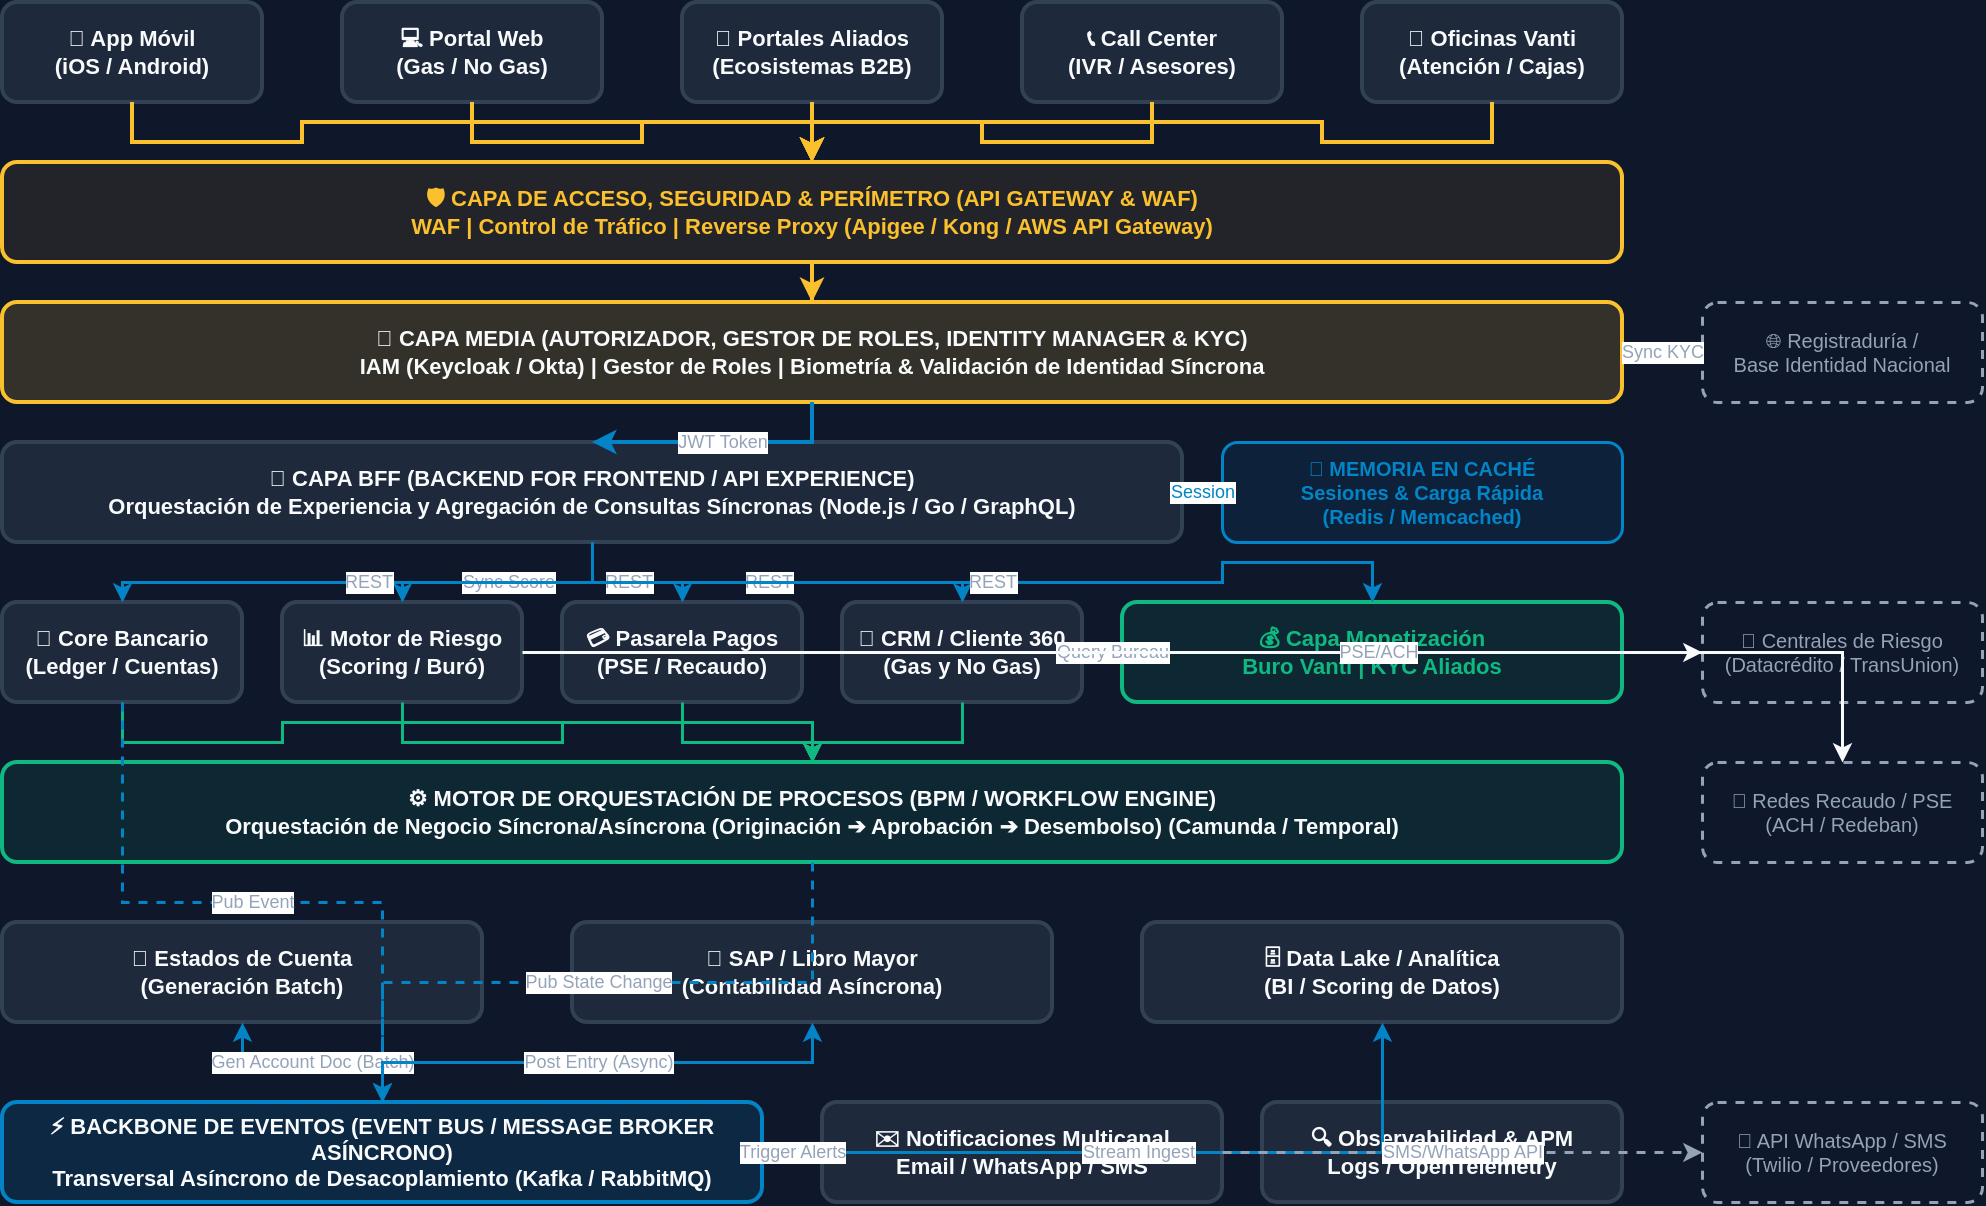
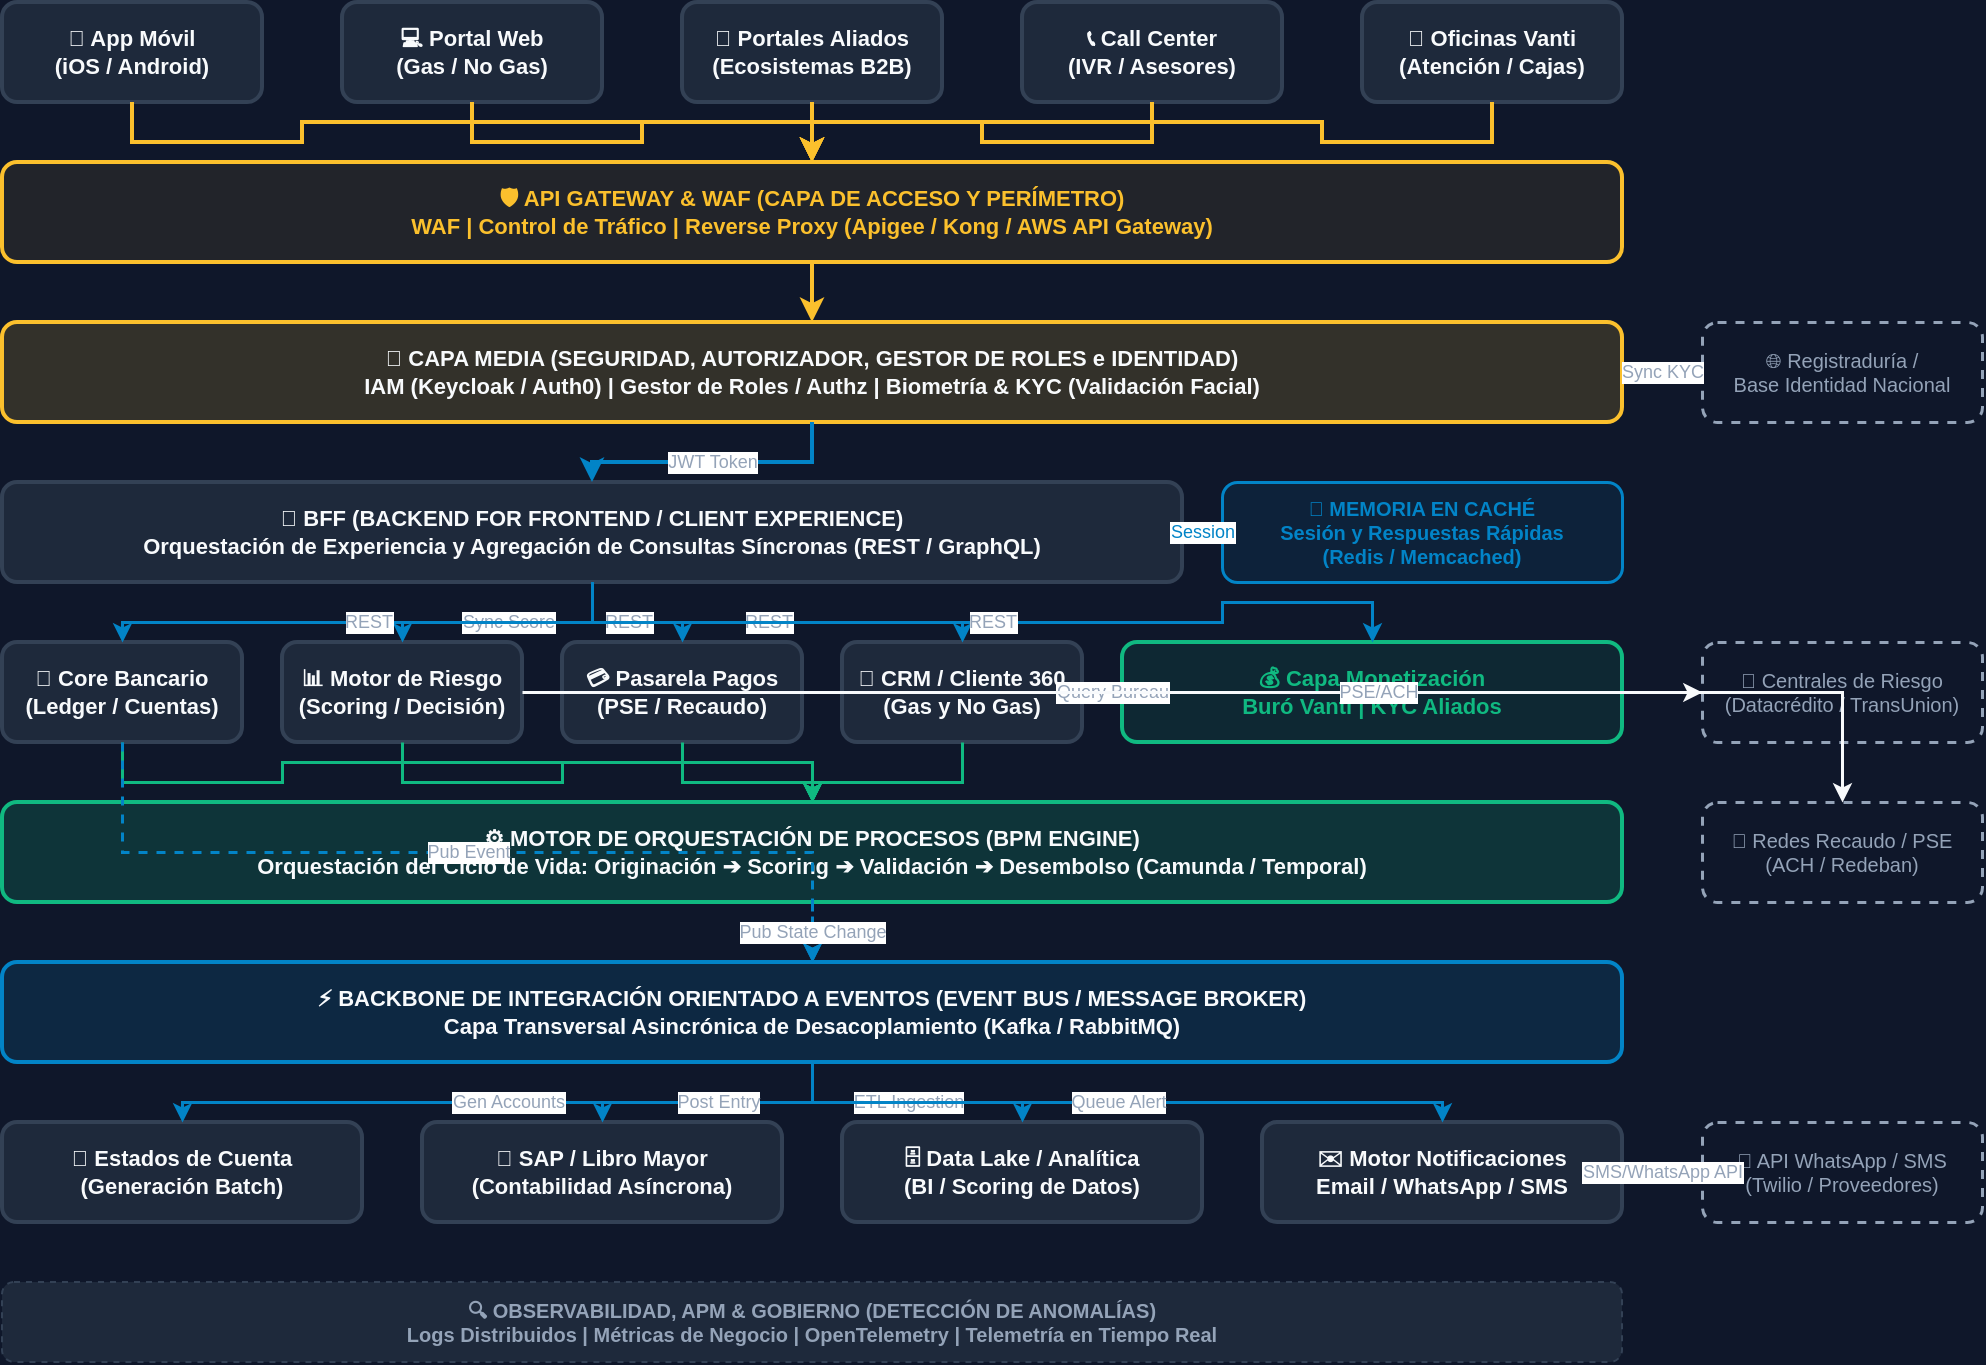
<mxfile host="Electron" modified="2026-07-05T12:00:00.000Z" agent="Mozilla/5.0" version="21.5.0" type="device">
  <diagram id="VantiArchitecture" name="Arquitectura Ecosistema Financiero">
    <mxGraphModel dx="1422" dy="829" grid="1" gridSize="10" guides="1" tooltips="1" connect="1" arrows="1" fold="1" page="1" pageScale="1" pageWidth="1169" pageHeight="827" background="#0F172A" math="0" shadow="0">
      <root>
        <mxCell id="0" />
        <mxCell id="1" parent="0" />

-         <!-- ==================== LAYER 1: CHANNELS (Y=50) ==================== -->
+         <!-- ==================== CAPA 1: CANALES (Y=50) ==================== -->
        <mxCell id="c1" value="📱 App Móvil&#xa;(iOS / Android)" style="rounded=1;whiteSpace=wrap;html=1;fillColor=#1E293B;strokeColor=#334155;fontColor=#F8FAFC;strokeWidth=2;fontSize=11;fontStyle=1" parent="1" vertex="1">
          <mxGeometry x="150" y="50" width="130" height="50" as="geometry" />
        </mxCell>
        <mxCell id="c2" value="💻 Portal Web&#xa;(Gas / No Gas)" style="rounded=1;whiteSpace=wrap;html=1;fillColor=#1E293B;strokeColor=#334155;fontColor=#F8FAFC;strokeWidth=2;fontSize=11;fontStyle=1" parent="1" vertex="1">
          <mxGeometry x="320" y="50" width="130" height="50" as="geometry" />
        </mxCell>
        <mxCell id="c3" value="🤝 Portales Aliados&#xa;(Ecosistemas B2B)" style="rounded=1;whiteSpace=wrap;html=1;fillColor=#1E293B;strokeColor=#334155;fontColor=#F8FAFC;strokeWidth=2;fontSize=11;fontStyle=1" parent="1" vertex="1">
          <mxGeometry x="490" y="50" width="130" height="50" as="geometry" />
        </mxCell>
        <mxCell id="c4" value="📞 Call Center&#xa;(IVR / Asesores)" style="rounded=1;whiteSpace=wrap;html=1;fillColor=#1E293B;strokeColor=#334155;fontColor=#F8FAFC;strokeWidth=2;fontSize=11;fontStyle=1" parent="1" vertex="1">
          <mxGeometry x="660" y="50" width="130" height="50" as="geometry" />
        </mxCell>
        <mxCell id="c5" value="🏢 Oficinas Vanti&#xa;(Atención / Cajas)" style="rounded=1;whiteSpace=wrap;html=1;fillColor=#1E293B;strokeColor=#334155;fontColor=#F8FAFC;strokeWidth=2;fontSize=11;fontStyle=1" parent="1" vertex="1">
          <mxGeometry x="830" y="50" width="130" height="50" as="geometry" />
        </mxCell>

-         <!-- ==================== LAYER 2: SECURITY & GATEWAY (Y=130) ==================== -->
-         <mxCell id="apigw" value="🛡️ CAPA DE ACCESO, SEGURIDAD &amp; PERÍMETRO (API GATEWAY &amp; WAF)&#xa;WAF | Control de Tráfico | Reverse Proxy (Apigee / Kong / AWS API Gateway)" style="rounded=1;whiteSpace=wrap;html=1;fillColor=rgba(251,192,45,0.08);strokeColor=#FBC02D;fontColor=#FBC02D;strokeWidth=2;fontSize=11;fontStyle=1" parent="1" vertex="1">
+         <!-- ==================== CAPA 2: ACCESO Y SEGURIDAD (Y=130) ==================== -->
+         <mxCell id="apigw" value="🛡️ API GATEWAY &amp; WAF (CAPA DE ACCESO Y PERÍMETRO)&#xa;WAF | Control de Tráfico | Reverse Proxy (Apigee / Kong / AWS API Gateway)" style="rounded=1;whiteSpace=wrap;html=1;fillColor=rgba(251,192,45,0.08);strokeColor=#FBC02D;fontColor=#FBC02D;strokeWidth=2;fontSize=11;fontStyle=1" parent="1" vertex="1">
          <mxGeometry x="150" y="130" width="810" height="50" as="geometry" />
        </mxCell>

-         <!-- ==================== LAYER 3: CAPA MEDIA / SEGURIDAD Y AUTH (Y=200) ==================== -->
-         <mxCell id="media" value="🔑 CAPA MEDIA (AUTORIZADOR, GESTOR DE ROLES, IDENTITY MANAGER &amp; KYC)&#xa;IAM (Keycloak / Okta) | Gestor de Roles | Biometría &amp; Validación de Identidad Síncrona" style="rounded=1;whiteSpace=wrap;html=1;fillColor=rgba(251,192,45,0.15);strokeColor=#FBC02D;fontColor=#F8FAFC;strokeWidth=2;fontSize=11;fontStyle=1" parent="1" vertex="1">
-           <mxGeometry x="150" y="200" width="810" height="50" as="geometry" />
+         <!-- ==================== CAPA 3: CAPA MEDIA / SEGURIDAD Y AUTH (Y=210) ==================== -->
+         <mxCell id="media" value="🔑 CAPA MEDIA (SEGURIDAD, AUTORIZADOR, GESTOR DE ROLES e IDENTIDAD)&#xa;IAM (Keycloak / Auth0) | Gestor de Roles / Authz | Biometría &amp; KYC (Validación Facial)" style="rounded=1;whiteSpace=wrap;html=1;fillColor=rgba(251,192,45,0.15);strokeColor=#FBC02D;fontColor=#F8FAFC;strokeWidth=2;fontSize=11;fontStyle=1" parent="1" vertex="1">
+           <mxGeometry x="150" y="210" width="810" height="50" as="geometry" />
        </mxCell>

-         <!-- ==================== LAYER 4: BFF & CACHE (Y=270) ==================== -->
-         <mxCell id="bff" value="📱 CAPA BFF (BACKEND FOR FRONTEND / API EXPERIENCE)&#xa;Orquestación de Experiencia y Agregación de Consultas Síncronas (Node.js / Go / GraphQL)" style="rounded=1;whiteSpace=wrap;html=1;fillColor=#1E293B;strokeColor=#334155;fontColor=#F8FAFC;strokeWidth=2;fontSize=11;fontStyle=1" parent="1" vertex="1">
-           <mxGeometry x="150" y="270" width="590" height="50" as="geometry" />
+         <!-- ==================== CAPA 4: BFF Y CACHE (Y=290) ==================== -->
+         <mxCell id="bff" value="📱 BFF (BACKEND FOR FRONTEND / CLIENT EXPERIENCE)&#xa;Orquestación de Experiencia y Agregación de Consultas Síncronas (REST / GraphQL)" style="rounded=1;whiteSpace=wrap;html=1;fillColor=#1E293B;strokeColor=#334155;fontColor=#F8FAFC;strokeWidth=2;fontSize=11;fontStyle=1" parent="1" vertex="1">
+           <mxGeometry x="150" y="290" width="590" height="50" as="geometry" />
        </mxCell>
-         <mxCell id="cache" value="💾 MEMORIA EN CACHÉ&#xa;Sesiones &amp; Carga Rápida&#xa;(Redis / Memcached)" style="rounded=1;whiteSpace=wrap;html=1;fillColor=rgba(2,132,199,0.1);strokeColor=#0284c7;fontColor=#0284c7;strokeWidth=1.5;fontSize=10;fontStyle=1" parent="1" vertex="1">
-           <mxGeometry x="760" y="270" width="200" height="50" as="geometry" />
+         <mxCell id="cache" value="💾 MEMORIA EN CACHÉ&#xa;Sesión y Respuestas Rápidas&#xa;(Redis / Memcached)" style="rounded=1;whiteSpace=wrap;html=1;fillColor=rgba(2,132,199,0.1);strokeColor=#0284c7;fontColor=#0284c7;strokeWidth=1.5;fontSize=10;fontStyle=1" parent="1" vertex="1">
+           <mxGeometry x="760" y="290" width="200" height="50" as="geometry" />
        </mxCell>

-         <!-- ==================== LAYER 5: CORE & BUSINESS SERVICES (Y=350) ==================== -->
+         <!-- ==================== CAPA 5: CORE & SERVICIOS (Y=370) ==================== -->
        <mxCell id="core" value="🏦 Core Bancario&#xa;(Ledger / Cuentas)" style="rounded=1;whiteSpace=wrap;html=1;fillColor=#1E293B;strokeColor=#334155;fontColor=#F8FAFC;strokeWidth=2;fontSize=11;fontStyle=1" parent="1" vertex="1">
-           <mxGeometry x="150" y="350" width="120" height="50" as="geometry" />
+           <mxGeometry x="150" y="370" width="120" height="50" as="geometry" />
        </mxCell>
-         <mxCell id="risk" value="📊 Motor de Riesgo&#xa;(Scoring / Buró)" style="rounded=1;whiteSpace=wrap;html=1;fillColor=#1E293B;strokeColor=#334155;fontColor=#F8FAFC;strokeWidth=2;fontSize=11;fontStyle=1" parent="1" vertex="1">
-           <mxGeometry x="290" y="350" width="120" height="50" as="geometry" />
+         <mxCell id="risk" value="📊 Motor de Riesgo&#xa;(Scoring / Decisión)" style="rounded=1;whiteSpace=wrap;html=1;fillColor=#1E293B;strokeColor=#334155;fontColor=#F8FAFC;strokeWidth=2;fontSize=11;fontStyle=1" parent="1" vertex="1">
+           <mxGeometry x="290" y="370" width="120" height="50" as="geometry" />
        </mxCell>
        <mxCell id="pay" value="💳 Pasarela Pagos&#xa;(PSE / Recaudo)" style="rounded=1;whiteSpace=wrap;html=1;fillColor=#1E293B;strokeColor=#334155;fontColor=#F8FAFC;strokeWidth=2;fontSize=11;fontStyle=1" parent="1" vertex="1">
-           <mxGeometry x="430" y="350" width="120" height="50" as="geometry" />
+           <mxGeometry x="430" y="370" width="120" height="50" as="geometry" />
        </mxCell>
        <mxCell id="crm" value="👥 CRM / Cliente 360&#xa;(Gas y No Gas)" style="rounded=1;whiteSpace=wrap;html=1;fillColor=#1E293B;strokeColor=#334155;fontColor=#F8FAFC;strokeWidth=2;fontSize=11;fontStyle=1" parent="1" vertex="1">
-           <mxGeometry x="570" y="350" width="120" height="50" as="geometry" />
+           <mxGeometry x="570" y="370" width="120" height="50" as="geometry" />
        </mxCell>
-         <mxCell id="money" value="💰 Capa Monetización&#xa;Buro Vanti | KYC Aliados" style="rounded=1;whiteSpace=wrap;html=1;fillColor=rgba(16,185,129,0.1);strokeColor=#10b981;fontColor=#10b981;strokeWidth=2;fontSize=11;fontStyle=1" parent="1" vertex="1">
-           <mxGeometry x="710" y="350" width="250" height="50" as="geometry" />
+         <mxCell id="money" value="💰 Capa Monetización&#xa;Buró Vanti | KYC Aliados" style="rounded=1;whiteSpace=wrap;html=1;fillColor=rgba(16,185,129,0.1);strokeColor=#10b981;fontColor=#10b981;strokeWidth=2;fontSize=11;fontStyle=1" parent="1" vertex="1">
+           <mxGeometry x="710" y="370" width="250" height="50" as="geometry" />
        </mxCell>

-         <!-- ==================== LAYER 6: PROCESS ORCHESTRATION BPM (Y=430) ==================== -->
-         <mxCell id="bpm" value="⚙️ MOTOR DE ORQUESTACIÓN DE PROCESOS (BPM / WORKFLOW ENGINE)&#xa;Orquestación de Negocio Síncrona/Asíncrona (Originación ➔ Aprobación ➔ Desembolso) (Camunda / Temporal)" style="rounded=1;whiteSpace=wrap;html=1;fillColor=rgba(16,185,129,0.1);strokeColor=#10b981;fontColor=#F8FAFC;strokeWidth=2;fontSize=11;fontStyle=1" parent="1" vertex="1">
-           <mxGeometry x="150" y="430" width="810" height="50" as="geometry" />
+         <!-- ==================== CAPA 6: ORQUESTACIÓN BPM (Y=450) ==================== -->
+         <mxCell id="bpm" value="⚙️ MOTOR DE ORQUESTACIÓN DE PROCESOS (BPM ENGINE)&#xa;Orquestación del Ciclo de Vida: Originación ➔ Scoring ➔ Validación ➔ Desembolso (Camunda / Temporal)" style="rounded=1;whiteSpace=wrap;html=1;fillColor=rgba(16,185,129,0.18);strokeColor=#10b981;fontColor=#F8FAFC;strokeWidth=2;fontSize=11;fontStyle=1" parent="1" vertex="1">
+           <mxGeometry x="150" y="450" width="810" height="50" as="geometry" />
        </mxCell>

-         <!-- ==================== LAYER 7: SYSTEMS OF RECORD & ANALYTICS (Y=510) ==================== -->
+         <!-- ==================== CAPA 7: EVENT BUS TRANSVERSAL (Y=530) ==================== -->
+         <mxCell id="bus" value="⚡ BACKBONE DE INTEGRACIÓN ORIENTADO A EVENTOS (EVENT BUS / MESSAGE BROKER)&#xa;Capa Transversal Asincrónica de Desacoplamiento (Kafka / RabbitMQ)" style="rounded=1;whiteSpace=wrap;html=1;fillColor=rgba(2,132,199,0.15);strokeColor=#0284c7;fontColor=#F8FAFC;strokeWidth=2;fontSize=11;fontStyle=1" parent="1" vertex="1">
+           <mxGeometry x="150" y="530" width="810" height="50" as="geometry" />
+         </mxCell>
+ 
+         <!-- ==================== CAPA 8: RECORD SYSTEMS & CONSUMERS (Y=610) ==================== -->
        <mxCell id="esta" value="📄 Estados de Cuenta&#xa;(Generación Batch)" style="rounded=1;whiteSpace=wrap;html=1;fillColor=#1E293B;strokeColor=#334155;fontColor=#F8FAFC;strokeWidth=2;fontSize=11;fontStyle=1" parent="1" vertex="1">
-           <mxGeometry x="150" y="510" width="240" height="50" as="geometry" />
+           <mxGeometry x="150" y="610" width="180" height="50" as="geometry" />
        </mxCell>
        <mxCell id="sap" value="💼 SAP / Libro Mayor&#xa;(Contabilidad Asíncrona)" style="rounded=1;whiteSpace=wrap;html=1;fillColor=#1E293B;strokeColor=#334155;fontColor=#F8FAFC;strokeWidth=2;fontSize=11;fontStyle=1" parent="1" vertex="1">
-           <mxGeometry x="435" y="510" width="240" height="50" as="geometry" />
+           <mxGeometry x="360" y="610" width="180" height="50" as="geometry" />
        </mxCell>
        <mxCell id="lake" value="🗄️ Data Lake / Analítica&#xa;(BI / Scoring de Datos)" style="rounded=1;whiteSpace=wrap;html=1;fillColor=#1E293B;strokeColor=#334155;fontColor=#F8FAFC;strokeWidth=2;fontSize=11;fontStyle=1" parent="1" vertex="1">
-           <mxGeometry x="720" y="510" width="240" height="50" as="geometry" />
+           <mxGeometry x="570" y="610" width="180" height="50" as="geometry" />
+         </mxCell>
+         <mxCell id="notif" value="✉️ Motor Notificaciones&#xa;Email / WhatsApp / SMS" style="rounded=1;whiteSpace=wrap;html=1;fillColor=#1E293B;strokeColor=#334155;fontColor=#F8FAFC;strokeWidth=2;fontSize=11;fontStyle=1" parent="1" vertex="1">
+           <mxGeometry x="780" y="610" width="180" height="50" as="geometry" />
        </mxCell>

-         <!-- ==================== LAYER 8: CROSS-CUTTING ASYNC LAYER (Y=600) ==================== -->
-         <mxCell id="bus" value="⚡ BACKBONE DE EVENTOS (EVENT BUS / MESSAGE BROKER ASÍNCRONO)&#xa;Transversal Asíncrono de Desacoplamiento (Kafka / RabbitMQ)" style="rounded=1;whiteSpace=wrap;html=1;fillColor=rgba(2,132,199,0.15);strokeColor=#0284c7;fontColor=#F8FAFC;strokeWidth=2;fontSize=11;fontStyle=1" parent="1" vertex="1">
-           <mxGeometry x="150" y="600" width="380" height="50" as="geometry" />
-         </mxCell>
-         <mxCell id="notif" value="✉️ Notificaciones Multicanal&#xa;Email / WhatsApp / SMS" style="rounded=1;whiteSpace=wrap;html=1;fillColor=#1E293B;strokeColor=#334155;fontColor=#F8FAFC;strokeWidth=2;fontSize=11;fontStyle=1" parent="1" vertex="1">
-           <mxGeometry x="560" y="600" width="200" height="50" as="geometry" />
-         </mxCell>
-         <mxCell id="obs" value="🔍 Observabilidad &amp; APM&#xa;Logs / OpenTelemetry" style="rounded=1;whiteSpace=wrap;html=1;fillColor=#1E293B;strokeColor=#334155;fontColor=#F8FAFC;strokeWidth=2;fontSize=11;fontStyle=1" parent="1" vertex="1">
-           <mxGeometry x="780" y="600" width="180" height="50" as="geometry" />
+         <!-- ==================== CAPA 9: OBSERVABILIDAD (Y=690) ==================== -->
+         <mxCell id="obs" value="🔍 OBSERVABILIDAD, APM &amp; GOBIERNO (DETECCIÓN DE ANOMALÍAS)&#xa;Logs Distribuidos | Métricas de Negocio | OpenTelemetry | Telemetría en Tiempo Real" style="rounded=1;whiteSpace=wrap;html=1;fillColor=#1E293B;strokeColor=#334155;fontColor=#94A3B8;strokeWidth=1;fontSize=10;fontStyle=1;dashed=1" parent="1" vertex="1">
+           <mxGeometry x="150" y="690" width="810" height="40" as="geometry" />
        </mxCell>

        <!-- ==================== EXTERNAL PROVIDERS LAYER (X=1000) ==================== -->
        <mxCell id="ext_auth" value="🌐 Registraduría /&#xa;Base Identidad Nacional" style="rounded=1;whiteSpace=wrap;html=1;fillColor=#0f172a;strokeColor=#94A3B8;fontColor=#94A3B8;strokeWidth=1.5;fontSize=10;dashed=1" parent="1" vertex="1">
-           <mxGeometry x="1000" y="200" width="140" height="50" as="geometry" />
+           <mxGeometry x="1000" y="210" width="140" height="50" as="geometry" />
        </mxCell>
        <mxCell id="ext_buro" value="🏢 Centrales de Riesgo&#xa;(Datacrédito / TransUnion)" style="rounded=1;whiteSpace=wrap;html=1;fillColor=#0f172a;strokeColor=#94A3B8;fontColor=#94A3B8;strokeWidth=1.5;fontSize=10;dashed=1" parent="1" vertex="1">
-           <mxGeometry x="1000" y="350" width="140" height="50" as="geometry" />
+           <mxGeometry x="1000" y="370" width="140" height="50" as="geometry" />
        </mxCell>
        <mxCell id="ext_pay" value="🏦 Redes Recaudo / PSE&#xa;(ACH / Redeban)" style="rounded=1;whiteSpace=wrap;html=1;fillColor=#0f172a;strokeColor=#94A3B8;fontColor=#94A3B8;strokeWidth=1.5;fontSize=10;dashed=1" parent="1" vertex="1">
-           <mxGeometry x="1000" y="430" width="140" height="50" as="geometry" />
+           <mxGeometry x="1000" y="450" width="140" height="50" as="geometry" />
        </mxCell>
        <mxCell id="ext_notif" value="📱 API WhatsApp / SMS&#xa;(Twilio / Proveedores)" style="rounded=1;whiteSpace=wrap;html=1;fillColor=#0f172a;strokeColor=#94A3B8;fontColor=#94A3B8;strokeWidth=1.5;fontSize=10;dashed=1" parent="1" vertex="1">
-           <mxGeometry x="1000" y="600" width="140" height="50" as="geometry" />
+           <mxGeometry x="1000" y="610" width="140" height="50" as="geometry" />
        </mxCell>

        <!-- ==================== CONNECTOR LINES (edge="1") ==================== -->
        <!-- Channels to Gateway -->
        <mxCell id="ec1" value="" style="edgeStyle=orthogonalEdgeStyle;rounded=0;orthogonalLoop=1;jettySize=auto;html=1;strokeColor=#FBC02D;strokeWidth=2;fillColor=none;endArrow=classic;endSize=6;" parent="1" source="c1" target="apigw" edge="1"><mxGeometry relative="1" as="geometry" /></mxCell>
        <mxCell id="ec2" value="" style="edgeStyle=orthogonalEdgeStyle;rounded=0;orthogonalLoop=1;jettySize=auto;html=1;strokeColor=#FBC02D;strokeWidth=2;fillColor=none;endArrow=classic;endSize=6;" parent="1" source="c2" target="apigw" edge="1"><mxGeometry relative="1" as="geometry" /></mxCell>
        <mxCell id="ec3" value="" style="edgeStyle=orthogonalEdgeStyle;rounded=0;orthogonalLoop=1;jettySize=auto;html=1;strokeColor=#FBC02D;strokeWidth=2;fillColor=none;endArrow=classic;endSize=6;" parent="1" source="c3" target="apigw" edge="1"><mxGeometry relative="1" as="geometry" /></mxCell>
        <mxCell id="ec4" value="" style="edgeStyle=orthogonalEdgeStyle;rounded=0;orthogonalLoop=1;jettySize=auto;html=1;strokeColor=#FBC02D;strokeWidth=2;fillColor=none;endArrow=classic;endSize=6;" parent="1" source="c4" target="apigw" edge="1"><mxGeometry relative="1" as="geometry" /></mxCell>
        <mxCell id="ec5" value="" style="edgeStyle=orthogonalEdgeStyle;rounded=0;orthogonalLoop=1;jettySize=auto;html=1;strokeColor=#FBC02D;strokeWidth=2;fillColor=none;endArrow=classic;endSize=6;" parent="1" source="c5" target="apigw" edge="1"><mxGeometry relative="1" as="geometry" /></mxCell>

        <!-- API GW to Media (IAM/Biometria) -->
        <mxCell id="e_gw_med" value="" style="edgeStyle=orthogonalEdgeStyle;rounded=0;orthogonalLoop=1;jettySize=auto;html=1;strokeColor=#FBC02D;strokeWidth=2;fillColor=none;endArrow=classic;endSize=6;" parent="1" source="apigw" target="media" edge="1"><mxGeometry relative="1" as="geometry" /></mxCell>

        <!-- Media (Biometria) to Ext Identidad (Sync Validation) -->
        <mxCell id="e_med_ext" value="Sync KYC" style="edgeStyle=orthogonalEdgeStyle;rounded=0;orthogonalLoop=1;jettySize=auto;html=1;strokeColor=#FBC02D;strokeWidth=1.5;fillColor=none;endArrow=classic;endSize=5;fontColor=#94A3B8;fontSize=9;" parent="1" source="media" target="ext_auth" edge="1"><mxGeometry relative="1" as="geometry" /></mxCell>

        <!-- Media to BFF -->
        <mxCell id="e_med_bff" value="JWT Token" style="edgeStyle=orthogonalEdgeStyle;rounded=0;orthogonalLoop=1;jettySize=auto;html=1;strokeColor=#0284c7;strokeWidth=2;fillColor=none;endArrow=classic;endSize=6;fontColor=#94A3B8;fontSize=9;" parent="1" source="media" target="bff" edge="1"><mxGeometry relative="1" as="geometry" /></mxCell>

        <!-- BFF to Cache -->
        <mxCell id="e_bff_cache" value="Session" style="edgeStyle=orthogonalEdgeStyle;rounded=0;orthogonalLoop=1;jettySize=auto;html=1;strokeColor=#0284c7;strokeWidth=1.5;fillColor=none;endArrow=classic;endSize=5;fontColor=#0284c7;fontSize=9;" parent="1" source="bff" target="cache" edge="1"><mxGeometry relative="1" as="geometry" /></mxCell>

        <!-- BFF to Risk (Sync Credit Check) -->
        <mxCell id="e_bff_risk" value="Sync Score" style="edgeStyle=orthogonalEdgeStyle;rounded=0;orthogonalLoop=1;jettySize=auto;html=1;strokeColor=#0284c7;strokeWidth=1.5;fillColor=none;endArrow=classic;endSize=5;fontColor=#94A3B8;fontSize=9;" parent="1" source="bff" target="risk" edge="1"><mxGeometry relative="1" as="geometry" /></mxCell>

        <!-- Risk to Ext Buro (Sync API) -->
        <mxCell id="e_risk_ext" value="Query Bureau" style="edgeStyle=orthogonalEdgeStyle;rounded=0;orthogonalLoop=1;jettySize=auto;html=1;strokeColor=#F8FAFC;strokeWidth=1.5;fillColor=none;endArrow=classic;endSize=5;fontColor=#94A3B8;fontSize=9;" parent="1" source="risk" target="ext_buro" edge="1"><mxGeometry relative="1" as="geometry" /></mxCell>

        <!-- BFF to Core Services (REST Sync Calls) -->
        <mxCell id="e_bff_core" value="REST" style="edgeStyle=orthogonalEdgeStyle;rounded=0;orthogonalLoop=1;jettySize=auto;html=1;strokeColor=#0284c7;strokeWidth=1.5;fillColor=none;endArrow=classic;endSize=5;fontColor=#94A3B8;fontSize=9;" parent="1" source="bff" target="core" edge="1"><mxGeometry relative="1" as="geometry" /></mxCell>
        <mxCell id="e_bff_pay" value="REST" style="edgeStyle=orthogonalEdgeStyle;rounded=0;orthogonalLoop=1;jettySize=auto;html=1;strokeColor=#0284c7;strokeWidth=1.5;fillColor=none;endArrow=classic;endSize=5;fontColor=#94A3B8;fontSize=9;" parent="1" source="bff" target="pay" edge="1"><mxGeometry relative="1" as="geometry" /></mxCell>
        <mxCell id="e_bff_crm" value="REST" style="edgeStyle=orthogonalEdgeStyle;rounded=0;orthogonalLoop=1;jettySize=auto;html=1;strokeColor=#0284c7;strokeWidth=1.5;fillColor=none;endArrow=classic;endSize=5;fontColor=#94A3B8;fontSize=9;" parent="1" source="bff" target="crm" edge="1"><mxGeometry relative="1" as="geometry" /></mxCell>
        <mxCell id="e_bff_money" value="REST" style="edgeStyle=orthogonalEdgeStyle;rounded=0;orthogonalLoop=1;jettySize=auto;html=1;strokeColor=#0284c7;strokeWidth=1.5;fillColor=none;endArrow=classic;endSize=5;fontColor=#94A3B8;fontSize=9;" parent="1" source="bff" target="money" edge="1"><mxGeometry relative="1" as="geometry" /></mxCell>

        <!-- Pagos to External Networks -->
        <mxCell id="e_pay_ext" value="PSE/ACH" style="edgeStyle=orthogonalEdgeStyle;rounded=0;orthogonalLoop=1;jettySize=auto;html=1;strokeColor=#F8FAFC;strokeWidth=1.5;fillColor=none;endArrow=classic;endSize=5;fontColor=#94A3B8;fontSize=9;" parent="1" source="pay" target="ext_pay" edge="1"><mxGeometry relative="1" as="geometry" /></mxCell>

        <!-- Core Services to BPM Orquestador -->
        <mxCell id="ebpm1" value="" style="edgeStyle=orthogonalEdgeStyle;rounded=0;orthogonalLoop=1;jettySize=auto;html=1;strokeColor=#10b981;strokeWidth=1.5;fillColor=none;endArrow=classic;endSize=5;" parent="1" source="core" target="bpm" edge="1"><mxGeometry relative="1" as="geometry" /></mxCell>
        <mxCell id="ebpm2" value="" style="edgeStyle=orthogonalEdgeStyle;rounded=0;orthogonalLoop=1;jettySize=auto;html=1;strokeColor=#10b981;strokeWidth=1.5;fillColor=none;endArrow=classic;endSize=5;" parent="1" source="risk" target="bpm" edge="1"><mxGeometry relative="1" as="geometry" /></mxCell>
        <mxCell id="ebpm3" value="" style="edgeStyle=orthogonalEdgeStyle;rounded=0;orthogonalLoop=1;jettySize=auto;html=1;strokeColor=#10b981;strokeWidth=1.5;fillColor=none;endArrow=classic;endSize=5;" parent="1" source="pay" target="bpm" edge="1"><mxGeometry relative="1" as="geometry" /></mxCell>
        <mxCell id="ebpm4" value="" style="edgeStyle=orthogonalEdgeStyle;rounded=0;orthogonalLoop=1;jettySize=auto;html=1;strokeColor=#10b981;strokeWidth=1.5;fillColor=none;endArrow=classic;endSize=5;" parent="1" source="crm" target="bpm" edge="1"><mxGeometry relative="1" as="geometry" /></mxCell>

        <!-- Core / BPM to Event Bus (Async Broker) -->
        <mxCell id="e_core_bus" value="Pub Event" style="edgeStyle=orthogonalEdgeStyle;rounded=0;orthogonalLoop=1;jettySize=auto;html=1;strokeColor=#0284c7;strokeWidth=1.5;dashed=1;fillColor=none;endArrow=classic;endSize=5;fontColor=#94A3B8;fontSize=9;" parent="1" source="core" target="bus" edge="1"><mxGeometry relative="1" as="geometry" /></mxCell>
        <mxCell id="e_bpm_bus" value="Pub State Change" style="edgeStyle=orthogonalEdgeStyle;rounded=0;orthogonalLoop=1;jettySize=auto;html=1;strokeColor=#0284c7;strokeWidth=1.5;dashed=1;fillColor=none;endArrow=classic;endSize=5;fontColor=#94A3B8;fontSize=9;" parent="1" source="bpm" target="bus" edge="1"><mxGeometry relative="1" as="geometry" /></mxCell>

-         <!-- Event Bus to Record Systems (Async Consumers) -->
-         <mxCell id="e_bus_esta" value="Gen Account Doc (Batch)" style="edgeStyle=orthogonalEdgeStyle;rounded=0;orthogonalLoop=1;jettySize=auto;html=1;strokeColor=#0284c7;strokeWidth=1.5;fillColor=none;endArrow=classic;endSize=5;fontColor=#94A3B8;fontSize=9;" parent="1" source="bus" target="esta" edge="1"><mxGeometry relative="1" as="geometry" /></mxCell>
-         <mxCell id="e_bus_sap" value="Post Entry (Async)" style="edgeStyle=orthogonalEdgeStyle;rounded=0;orthogonalLoop=1;jettySize=auto;html=1;strokeColor=#0284c7;strokeWidth=1.5;fillColor=none;endArrow=classic;endSize=5;fontColor=#94A3B8;fontSize=9;" parent="1" source="bus" target="sap" edge="1"><mxGeometry relative="1" as="geometry" /></mxCell>
-         <mxCell id="e_bus_lake" value="Stream Ingest" style="edgeStyle=orthogonalEdgeStyle;rounded=0;orthogonalLoop=1;jettySize=auto;html=1;strokeColor=#0284c7;strokeWidth=1.5;fillColor=none;endArrow=classic;endSize=5;fontColor=#94A3B8;fontSize=9;" parent="1" source="bus" target="lake" edge="1"><mxGeometry relative="1" as="geometry" /></mxCell>
- 
-         <!-- Event Bus to Notifications (Async Queue) -->
-         <mxCell id="e_bus_notif" value="Trigger Alerts" style="edgeStyle=orthogonalEdgeStyle;rounded=0;orthogonalLoop=1;jettySize=auto;html=1;strokeColor=#0284c7;strokeWidth=1.5;fillColor=none;endArrow=classic;endSize=5;fontColor=#94A3B8;fontSize=9;" parent="1" source="bus" target="notif" edge="1"><mxGeometry relative="1" as="geometry" /></mxCell>
+         <!-- Event Bus to Record Systems & Consumers (Async) -->
+         <mxCell id="e_bus_esta" value="Gen Accounts" style="edgeStyle=orthogonalEdgeStyle;rounded=0;orthogonalLoop=1;jettySize=auto;html=1;strokeColor=#0284c7;strokeWidth=1.5;fillColor=none;endArrow=classic;endSize=5;fontColor=#94A3B8;fontSize=9;" parent="1" source="bus" target="esta" edge="1"><mxGeometry relative="1" as="geometry" /></mxCell>
+         <mxCell id="e_bus_sap" value="Post Entry" style="edgeStyle=orthogonalEdgeStyle;rounded=0;orthogonalLoop=1;jettySize=auto;html=1;strokeColor=#0284c7;strokeWidth=1.5;fillColor=none;endArrow=classic;endSize=5;fontColor=#94A3B8;fontSize=9;" parent="1" source="bus" target="sap" edge="1"><mxGeometry relative="1" as="geometry" /></mxCell>
+         <mxCell id="e_bus_lake" value="ETL Ingestion" style="edgeStyle=orthogonalEdgeStyle;rounded=0;orthogonalLoop=1;jettySize=auto;html=1;strokeColor=#0284c7;strokeWidth=1.5;fillColor=none;endArrow=classic;endSize=5;fontColor=#94A3B8;fontSize=9;" parent="1" source="bus" target="lake" edge="1"><mxGeometry relative="1" as="geometry" /></mxCell>
+         <mxCell id="e_bus_notif" value="Queue Alert" style="edgeStyle=orthogonalEdgeStyle;rounded=0;orthogonalLoop=1;jettySize=auto;html=1;strokeColor=#0284c7;strokeWidth=1.5;fillColor=none;endArrow=classic;endSize=5;fontColor=#94A3B8;fontSize=9;" parent="1" source="bus" target="notif" edge="1"><mxGeometry relative="1" as="geometry" /></mxCell>

        <!-- Notifications to Ext API -->
        <mxCell id="e_notif_ext" value="SMS/WhatsApp API" style="edgeStyle=orthogonalEdgeStyle;rounded=0;orthogonalLoop=1;jettySize=auto;html=1;strokeColor=#94A3B8;strokeWidth=1.5;dashed=1;fillColor=none;endArrow=classic;endSize=5;fontColor=#94A3B8;fontSize=9;" parent="1" source="notif" target="ext_notif" edge="1"><mxGeometry relative="1" as="geometry" /></mxCell>

      </root>
    </mxGraphModel>
  </diagram>
</mxfile>
